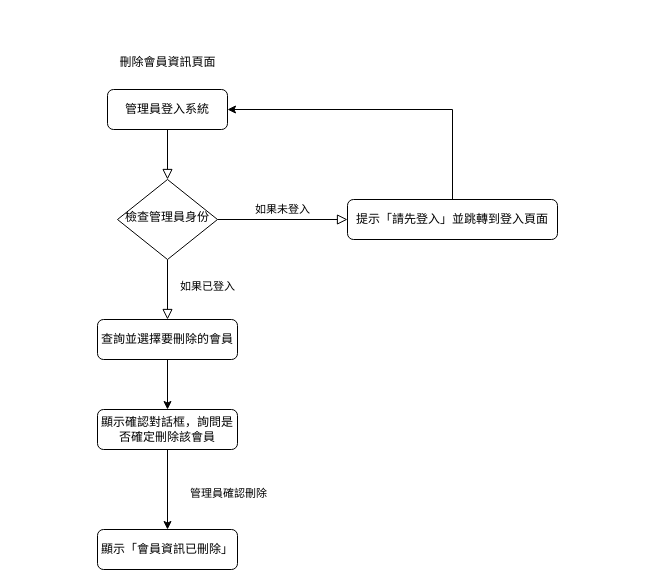
hak99101314/Maintenance-inquiry-system keeps this draw.io diagram as 系統流程圖(刪除會員資訊頁面).drawio. Above is the earlier version. Source tidied: cells renumbered, new cells numbered last; positions are measured from the earlier drawing's top-left corner, leaving out a move shared by most shapes. Both pictures are drawn from the tidied source at 100%, with x=0, y=0 at pixel (97, 47).
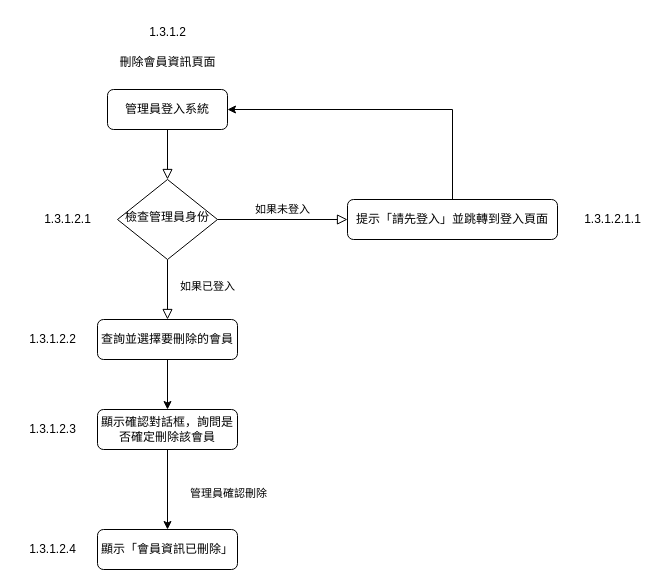
Above is the later version.

Commit message:
更新系統流程圖(刪除會員資訊頁面).drawio

Change to the diagram source:
```diff
@@
+    <mxCell id="16" value="1.3.1.2" style="text;html=1;align=center;verticalAlign=middle;strokeColor=none;fillColor=none;" parent="1" vertex="1">
+      <mxGeometry x="40" y="-30" width="60" height="30" as="geometry" />
+    </mxCell>
+    <mxCell id="17" value="1.3.1.2.1" style="text;html=1;align=center;verticalAlign=middle;strokeColor=none;fillColor=none;" parent="1" vertex="1">
+      <mxGeometry x="-65" y="157" width="70" height="30" as="geometry" />
+    </mxCell>
+    <mxCell id="18" value="1.3.1.2.2" style="text;html=1;align=center;verticalAlign=middle;strokeColor=none;fillColor=none;" parent="1" vertex="1">
+      <mxGeometry x="-80" y="277" width="70" height="30" as="geometry" />
+    </mxCell>
+    <mxCell id="19" value="1.3.1.2.3" style="text;html=1;align=center;verticalAlign=middle;strokeColor=none;fillColor=none;" parent="1" vertex="1">
+      <mxGeometry x="-80" y="367" width="70" height="30" as="geometry" />
+    </mxCell>
+    <mxCell id="20" value="1.3.1.2.4" style="text;html=1;align=center;verticalAlign=middle;strokeColor=none;fillColor=none;" parent="1" vertex="1">
+      <mxGeometry x="-80" y="487" width="70" height="30" as="geometry" />
+    </mxCell>
+    <mxCell id="21" value="1.3.1.2.1.1" style="text;html=1;align=center;verticalAlign=middle;strokeColor=none;fillColor=none;" parent="1" vertex="1">
+      <mxGeometry x="475" y="157" width="80" height="30" as="geometry" />
+    </mxCell>
```
